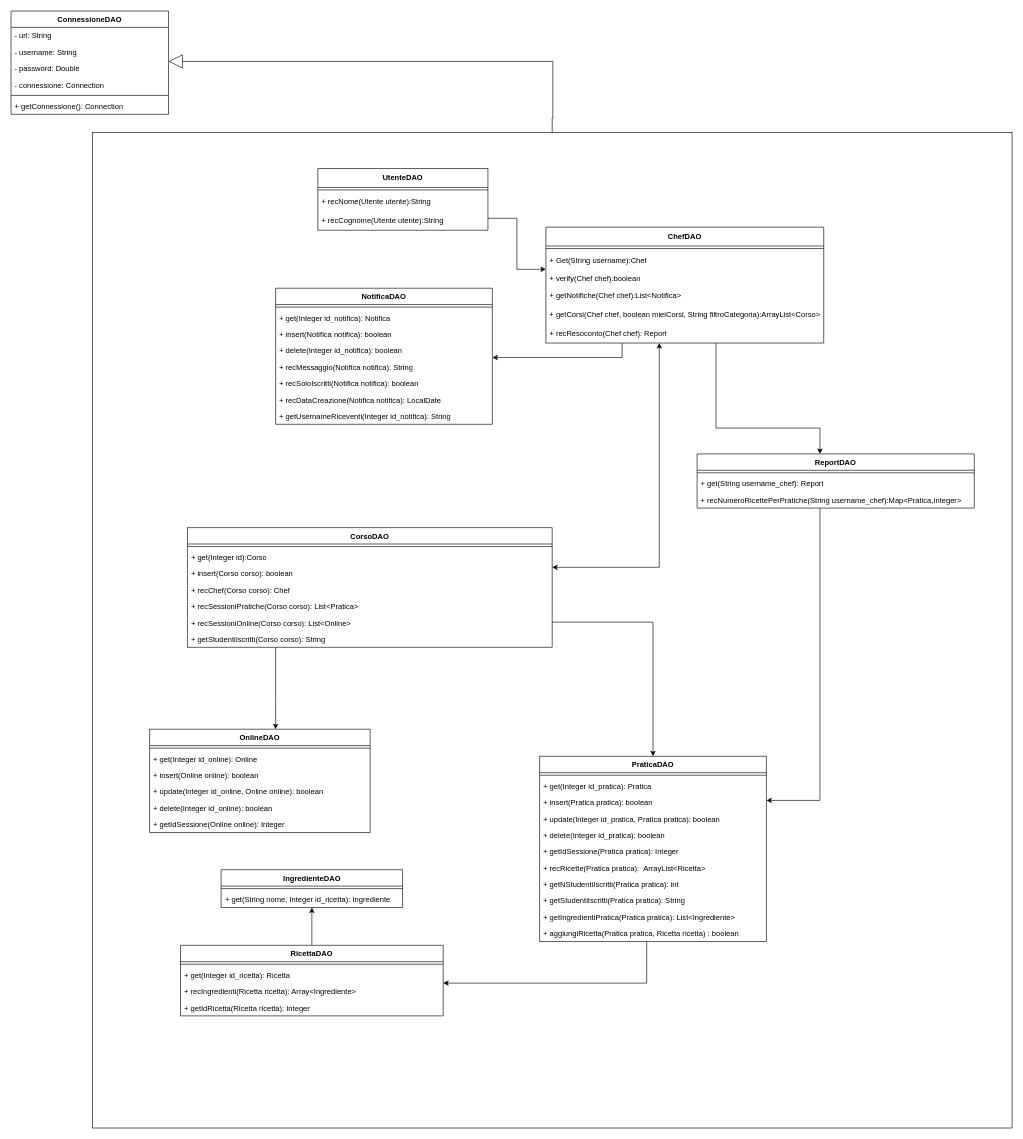
Above: page "dao" (2 of 4) of obj/uml/UML1.drawio in MetisWastaken/UninaFoodLab (draw.io), before the change. Source tidied: cells renumbered, new cells numbered last; positions are measured from the earlier drawing's top-left corner, leaving out a move shared by most shapes. Both pictures are drawn from the tidied source at 63%, with x=0, y=0 at pixel (11, 11).
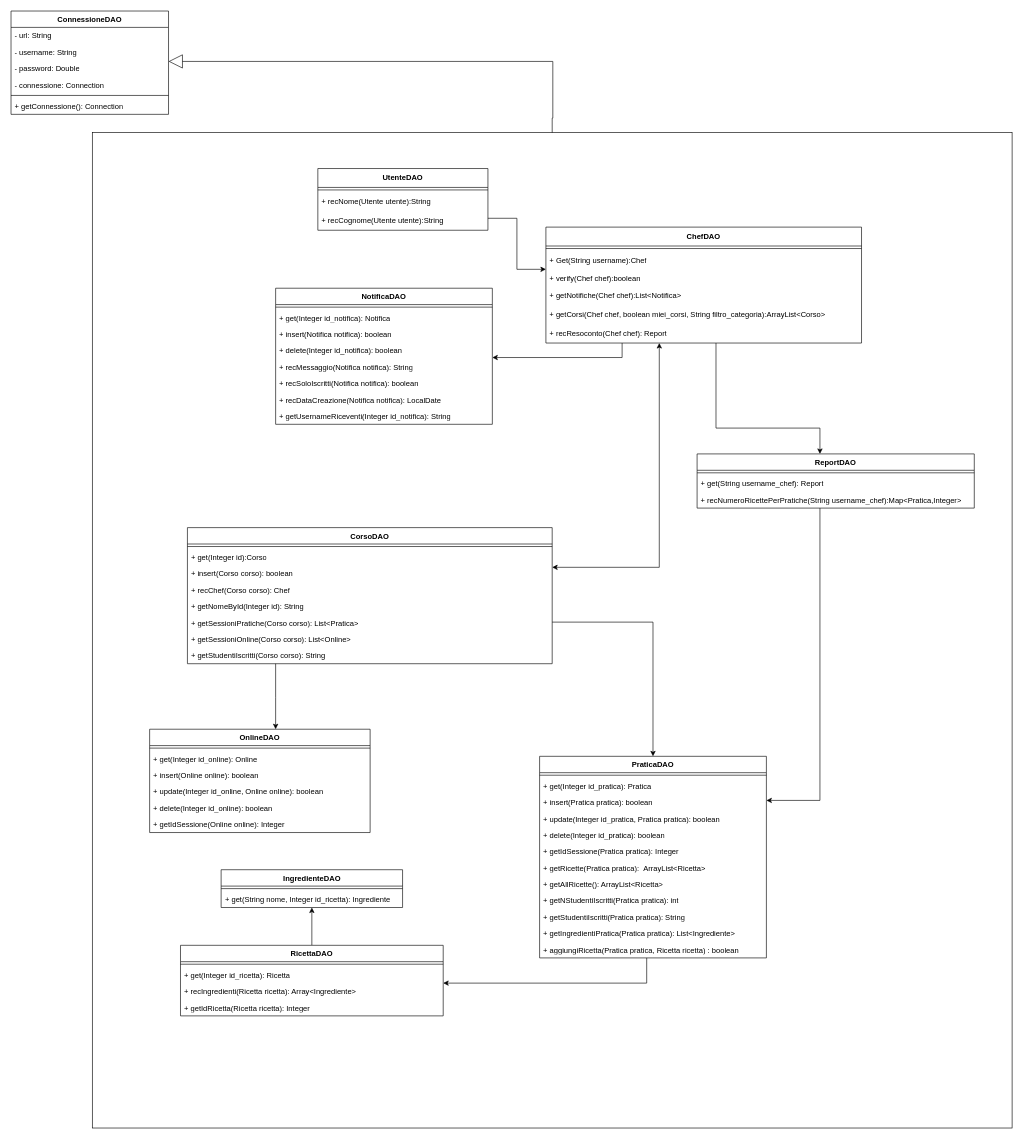
The same diagram, later.

Diff of the diagram source:
```diff
@@
     <mxCell id="28" value="PraticaDAO" style="swimlane;align=center;verticalAlign=top;horizontal=1;startSize=26;whiteSpace=wrap;html=1;" parent="1" vertex="1">
-      <mxGeometry x="839" y="1183" width="360" height="294" as="geometry" />
+      <mxGeometry x="839" y="1183" width="360" height="320" as="geometry" />
     </mxCell>
@@
-    <mxCell id="35" value="+ recRicette(Pratica pratica):&amp;nbsp;&amp;nbsp;ArrayList&amp;lt;Ricetta&amp;gt;" style="text;strokeColor=none;fillColor=none;align=left;verticalAlign=top;spacingLeft=4;spacingRight=4;overflow=hidden;whiteSpace=wrap;html=1;" parent="28" vertex="1">
+    <mxCell id="35" value="+ getRicette(Pratica pratica):&amp;nbsp;&amp;nbsp;ArrayList&amp;lt;Ricetta&amp;gt;" style="text;strokeColor=none;fillColor=none;align=left;verticalAlign=top;spacingLeft=4;spacingRight=4;overflow=hidden;whiteSpace=wrap;html=1;" parent="28" vertex="1">
       <mxGeometry y="164" width="360" height="26" as="geometry" />
     </mxCell>
+    <mxCell id="79" value="+ getAllRicette(): ArrayList&amp;lt;Ricetta&amp;gt;" style="text;strokeColor=none;fillColor=none;align=left;verticalAlign=top;spacingLeft=4;spacingRight=4;overflow=hidden;whiteSpace=wrap;html=1;" parent="28" vertex="1">
+      <mxGeometry y="190" width="360" height="26" as="geometry" />
+    </mxCell>
     <mxCell id="36" value="+ getNStudentiIscritti(Pratica pratica): int" style="text;strokeColor=none;fillColor=none;align=left;verticalAlign=top;spacingLeft=4;spacingRight=4;overflow=hidden;whiteSpace=wrap;html=1;" parent="28" vertex="1">
-      <mxGeometry y="190" width="360" height="26" as="geometry" />
+      <mxGeometry y="216" width="360" height="26" as="geometry" />
     </mxCell>
     <mxCell id="37" value="+ getStudentiIscritti(Pratica pratica): String" style="text;strokeColor=none;fillColor=none;align=left;verticalAlign=top;spacingLeft=4;spacingRight=4;overflow=hidden;whiteSpace=wrap;html=1;" parent="28" vertex="1">
-      <mxGeometry y="216" width="360" height="26" as="geometry" />
+      <mxGeometry y="242" width="360" height="26" as="geometry" />
     </mxCell>
     <mxCell id="38" value="+ getIngredientiPratica(Pratica pratica): List&amp;lt;Ingrediente&amp;gt;" style="text;strokeColor=none;fillColor=none;align=left;verticalAlign=top;spacingLeft=4;spacingRight=4;overflow=hidden;whiteSpace=wrap;html=1;" parent="28" vertex="1">
-      <mxGeometry y="242" width="360" height="26" as="geometry" />
+      <mxGeometry y="268" width="360" height="26" as="geometry" />
     </mxCell>
     <mxCell id="39" value="+ aggiungiRicetta(Pratica pratica, Ricetta ricetta) : boolean" style="text;strokeColor=none;fillColor=none;align=left;verticalAlign=top;spacingLeft=4;spacingRight=4;overflow=hidden;whiteSpace=wrap;html=1;" parent="28" vertex="1">
-      <mxGeometry y="268" width="360" height="26" as="geometry" />
+      <mxGeometry y="294" width="360" height="26" as="geometry" />
     </mxCell>
@@
     <mxCell id="43" value="CorsoDAO" style="swimlane;align=center;verticalAlign=top;horizontal=1;startSize=26;whiteSpace=wrap;html=1;" parent="1" vertex="1">
-      <mxGeometry x="280" y="820" width="579" height="190" as="geometry" />
+      <mxGeometry x="280" y="820" width="579" height="216" as="geometry" />
     </mxCell>
@@
+    <mxCell id="80" value="+ getNomeById(Integer id): String" style="text;strokeColor=none;fillColor=none;align=left;verticalAlign=top;spacingLeft=4;spacingRight=4;overflow=hidden;whiteSpace=wrap;html=1;" parent="43" vertex="1">
+      <mxGeometry y="112" width="579" height="26" as="geometry" />
+    </mxCell>
-    <mxCell id="48" value="+ recSessioniPratiche(Corso corso): List&amp;lt;Pratica&amp;gt;" style="text;strokeColor=none;fillColor=none;align=left;verticalAlign=top;spacingLeft=4;spacingRight=4;overflow=hidden;whiteSpace=wrap;html=1;" parent="43" vertex="1">
-      <mxGeometry y="112" width="579" height="26" as="geometry" />
+    <mxCell id="48" value="+ getSessioniPratiche(Corso corso): List&amp;lt;Pratica&amp;gt;" style="text;strokeColor=none;fillColor=none;align=left;verticalAlign=top;spacingLeft=4;spacingRight=4;overflow=hidden;whiteSpace=wrap;html=1;" parent="43" vertex="1">
+      <mxGeometry y="138" width="579" height="26" as="geometry" />
     </mxCell>
-    <mxCell id="49" value="+ recSessioniOnline(Corso corso): List&amp;lt;Online&amp;gt;" style="text;strokeColor=none;fillColor=none;align=left;verticalAlign=top;spacingLeft=4;spacingRight=4;overflow=hidden;whiteSpace=wrap;html=1;" parent="43" vertex="1">
-      <mxGeometry y="138" width="579" height="26" as="geometry" />
+    <mxCell id="49" value="+ getSessioniOnline(Corso corso): List&amp;lt;Online&amp;gt;" style="text;strokeColor=none;fillColor=none;align=left;verticalAlign=top;spacingLeft=4;spacingRight=4;overflow=hidden;whiteSpace=wrap;html=1;" parent="43" vertex="1">
+      <mxGeometry y="164" width="579" height="26" as="geometry" />
     </mxCell>
     <mxCell id="50" value="+ getStudentiIscritti(Corso corso): String" style="text;strokeColor=none;fillColor=none;align=left;verticalAlign=top;spacingLeft=4;spacingRight=4;overflow=hidden;whiteSpace=wrap;html=1;" parent="43" vertex="1">
-      <mxGeometry y="164" width="579" height="26" as="geometry" />
+      <mxGeometry y="190" width="579" height="26" as="geometry" />
     </mxCell>
@@
     <mxCell id="72" value="&lt;b&gt;ChefDAO&lt;/b&gt;" style="swimlane;fontStyle=0;horizontal=1;startSize=30;whiteSpace=wrap;html=1;" parent="1" vertex="1">
-      <mxGeometry x="849" y="343" width="441" height="184" as="geometry" />
+      <mxGeometry x="849" y="343" width="501" height="184" as="geometry" />
     </mxCell>
     <mxCell id="73" style="line;strokeWidth=1;fillColor=none;align=left;verticalAlign=middle;spacingTop=-1;spacingLeft=3;spacingRight=3;labelPosition=right;strokeColor=inherit;" parent="72" vertex="1">
-      <mxGeometry y="30" width="441" height="8" as="geometry" />
+      <mxGeometry y="30" width="501" height="8" as="geometry" />
     </mxCell>
     <mxCell id="74" value="+ Get(String username):Chef" style="text;strokeColor=none;fillColor=none;align=left;verticalAlign=middle;spacingLeft=4;spacingRight=4;overflow=hidden;whiteSpace=wrap;html=1;" parent="72" vertex="1">
-      <mxGeometry y="38" width="441" height="30" as="geometry" />
+      <mxGeometry y="38" width="501" height="30" as="geometry" />
     </mxCell>
     <mxCell id="75" value="+ verify(Chef chef):boolean" style="text;strokeColor=none;fillColor=none;align=left;verticalAlign=top;spacingLeft=4;spacingRight=4;overflow=hidden;whiteSpace=wrap;html=1;" parent="72" vertex="1">
-      <mxGeometry y="68" width="441" height="26" as="geometry" />
+      <mxGeometry y="68" width="501" height="26" as="geometry" />
     </mxCell>
     <mxCell id="76" value="+ getNotifiche(Chef chef):List&amp;lt;Notifica&amp;gt;" style="text;strokeColor=none;fillColor=none;align=left;verticalAlign=middle;spacingLeft=4;spacingRight=4;overflow=hidden;whiteSpace=wrap;html=1;" parent="72" vertex="1">
-      <mxGeometry y="94" width="441" height="30" as="geometry" />
+      <mxGeometry y="94" width="501" height="30" as="geometry" />
     </mxCell>
-    <mxCell id="77" value="+ getCorsi(Chef chef, boolean mieiCorsi, String filtroCategoria):ArrayList&amp;lt;Corso&amp;gt;" style="text;strokeColor=none;fillColor=none;align=left;verticalAlign=middle;spacingLeft=4;spacingRight=4;overflow=hidden;whiteSpace=wrap;html=1;" parent="72" vertex="1">
-      <mxGeometry y="124" width="441" height="30" as="geometry" />
+    <mxCell id="77" value="+ getCorsi(Chef chef, boolean miei_corsi, String filtro_categoria):ArrayList&amp;lt;Corso&amp;gt;" style="text;strokeColor=none;fillColor=none;align=left;verticalAlign=middle;spacingLeft=4;spacingRight=4;overflow=hidden;whiteSpace=wrap;html=1;" parent="72" vertex="1">
+      <mxGeometry y="124" width="501" height="30" as="geometry" />
     </mxCell>
     <mxCell id="78" value="+ recResoconto(Chef chef): Report" style="text;strokeColor=none;fillColor=none;align=left;verticalAlign=middle;spacingLeft=4;spacingRight=4;overflow=hidden;whiteSpace=wrap;html=1;" parent="72" vertex="1">
-      <mxGeometry y="154" width="441" height="30" as="geometry" />
+      <mxGeometry y="154" width="501" height="30" as="geometry" />
     </mxCell>
```
